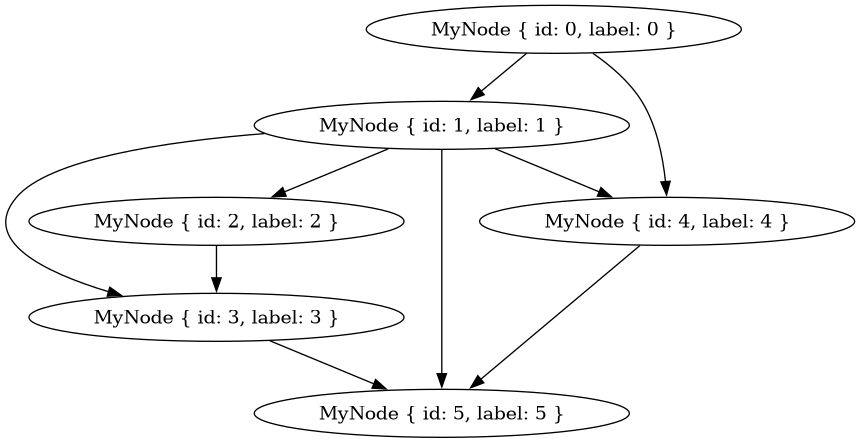
Before: dag_out.png, a diagram exported from Graphviz (beiduqiu/CPOS-parallel-execution). Its source is kept beside it as dag_out.dot.
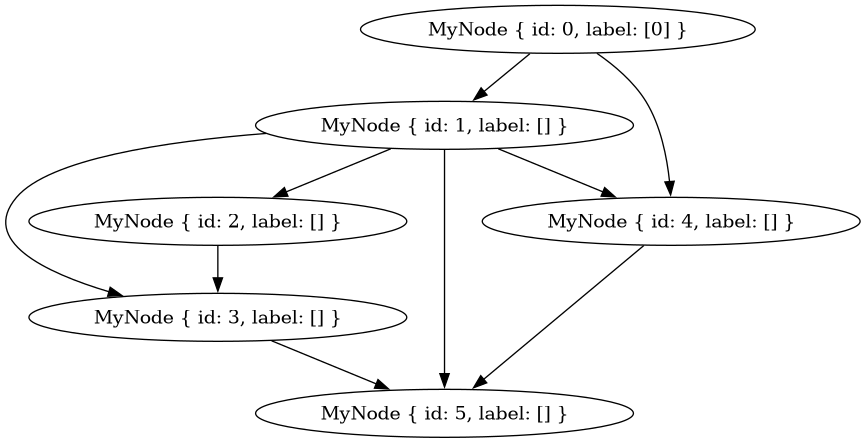
The same file after the commit.

Commit message:
change label to be a vector

Diff of the diagram source:
```diff
@@ -1,10 +1,10 @@
 digraph {
-    0 [ label = "MyNode { id: 0, label: 0 }" ]
-    1 [ label = "MyNode { id: 1, label: 1 }" ]
-    2 [ label = "MyNode { id: 2, label: 2 }" ]
-    3 [ label = "MyNode { id: 3, label: 3 }" ]
-    4 [ label = "MyNode { id: 4, label: 4 }" ]
-    5 [ label = "MyNode { id: 5, label: 5 }" ]
+    0 [ label = "MyNode { id: 0, label: [0] }" ]
+    1 [ label = "MyNode { id: 1, label: [] }" ]
+    2 [ label = "MyNode { id: 2, label: [] }" ]
+    3 [ label = "MyNode { id: 3, label: [] }" ]
+    4 [ label = "MyNode { id: 4, label: [] }" ]
+    5 [ label = "MyNode { id: 5, label: [] }" ]
     0 -> 1 [ ]
     2 -> 3 [ ]
     1 -> 3 [ ]
```
